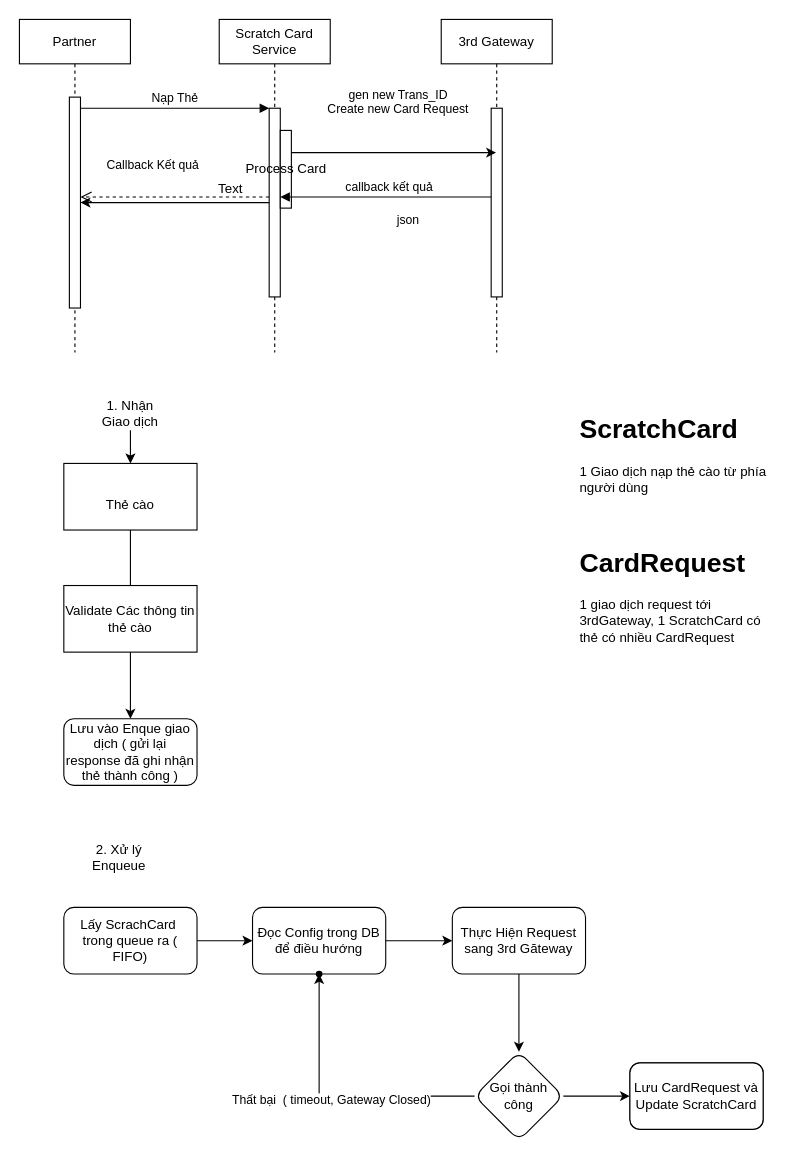
bachdev/diagram keeps this draw.io diagram as scratct_card_flow.drawio. Above is the earlier version. Source tidied: cells renumbered, new cells numbered last; positions are measured from the earlier drawing's top-left corner, leaving out a move shared by most shapes. Both pictures are drawn from the tidied source at 111%, with x=0, y=0 at pixel (19, 19).
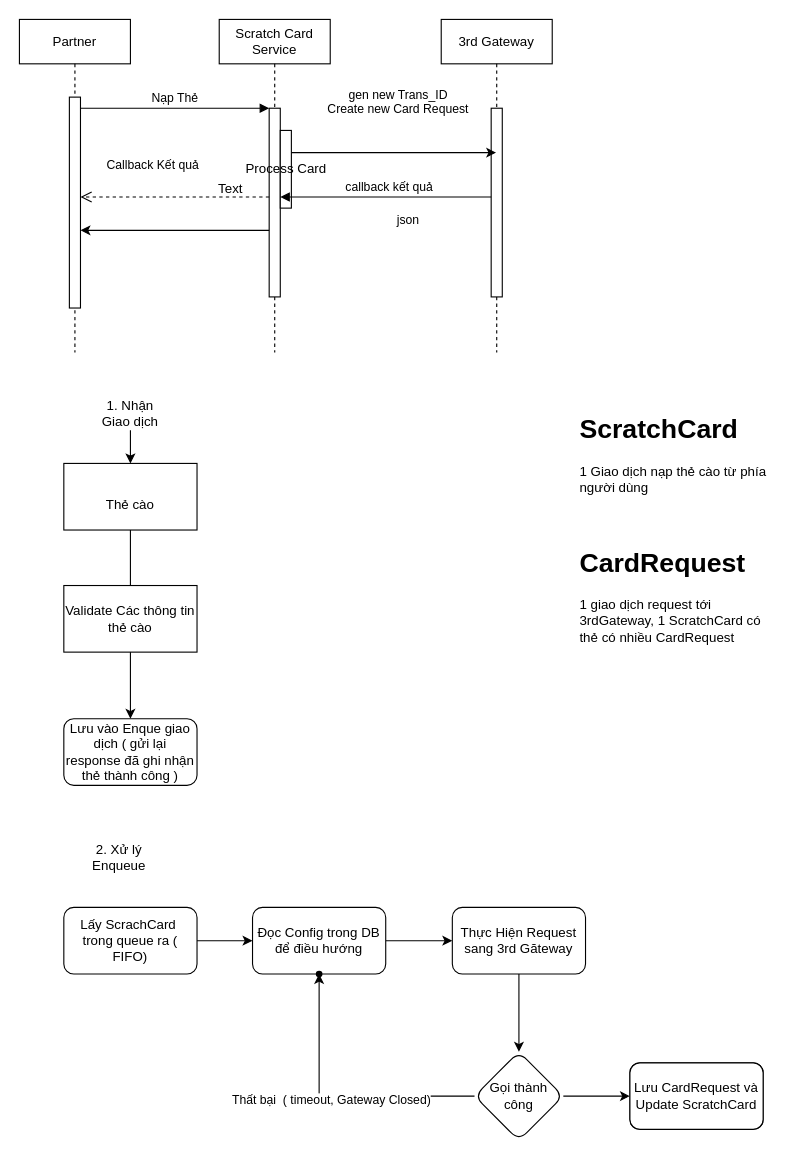
Above is the later version.

Unchanged cells that the change refers to:
```xml
<mxCell id="3" style="html=1;points=[];perimeter=orthogonalPerimeter;outlineConnect=0;targetShapes=umlLifeline;portConstraint=eastwest;newEdgeStyle={&quot;edgeStyle&quot;:&quot;elbowEdgeStyle&quot;,&quot;elbow&quot;:&quot;vertical&quot;,&quot;curved&quot;:0,&quot;rounded&quot;:0};" parent="2" vertex="1">
  <mxGeometry x="45" y="70" width="10" height="190" as="geometry" />
</mxCell>
<mxCell id="5" style="html=1;points=[];perimeter=orthogonalPerimeter;outlineConnect=0;targetShapes=umlLifeline;portConstraint=eastwest;newEdgeStyle={&quot;edgeStyle&quot;:&quot;elbowEdgeStyle&quot;,&quot;elbow&quot;:&quot;vertical&quot;,&quot;curved&quot;:0,&quot;rounded&quot;:0};" parent="4" vertex="1">
  <mxGeometry x="45" y="80" width="10" height="170" as="geometry" />
</mxCell>
```

Change to the diagram source:
```diff
@@
-    <mxCell id="37" style="edgeStyle=orthogonalEdgeStyle;rounded=0;jettySize=auto;html=1;" parent="1" edge="1" source="5" target="3">
-      <mxGeometry relative="1" as="geometry" />
+    <mxCell id="37" style="edgeStyle=orthogonalEdgeStyle;rounded=0;orthogonalLoop=1;jettySize=auto;html=1;" parent="1" edge="1">
+      <mxGeometry relative="1" as="geometry">
+        <mxPoint x="225" y="190" as="sourcePoint" />
+        <mxPoint x="55" y="190" as="targetPoint" />
+      </mxGeometry>
     </mxCell>
```
